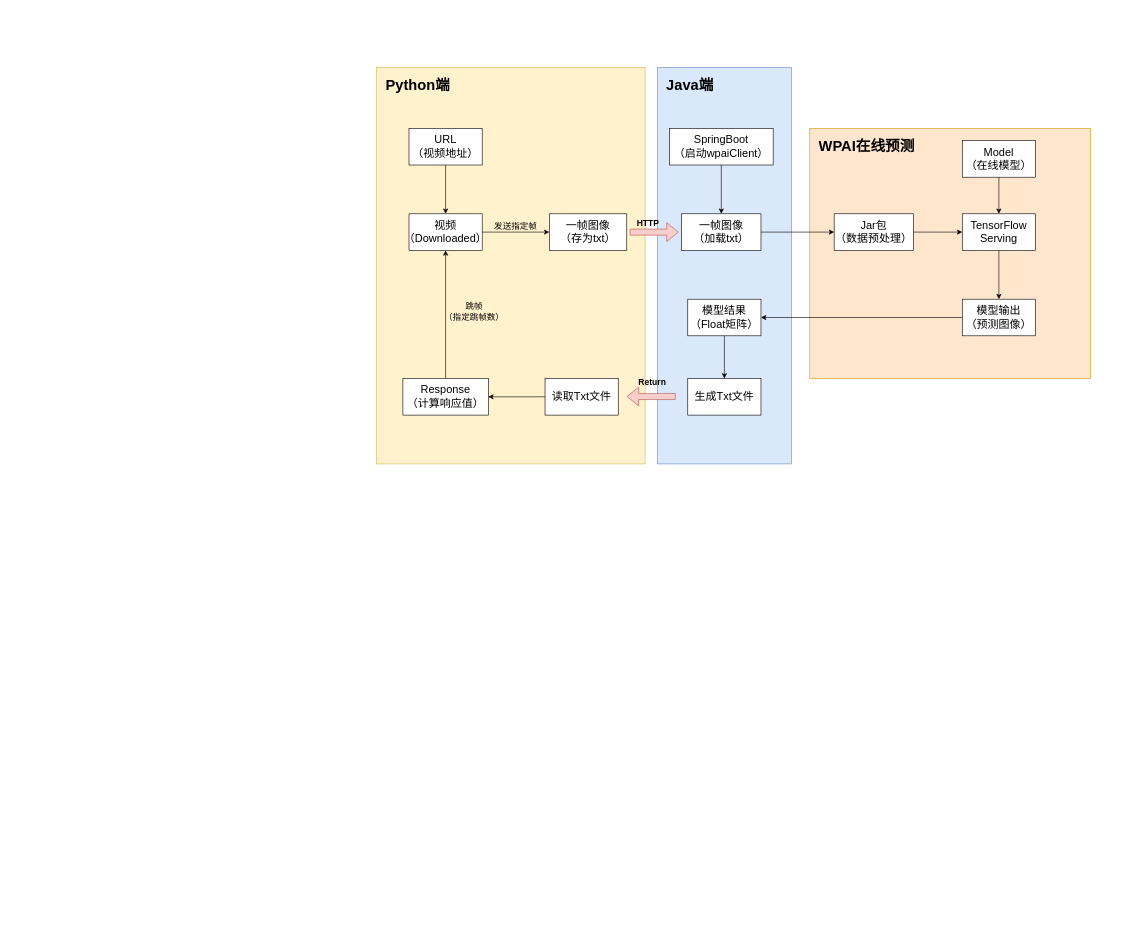
Above: 在线预测流程.drawio in qwerty200696/hello-world (draw.io), before the change. Source tidied: cells renumbered, new cells numbered last; positions are measured from the earlier drawing's top-left corner, leaving out a move shared by most shapes. Both pictures are drawn from the tidied source at 61%, with x=0, y=0 at pixel (376, 67).
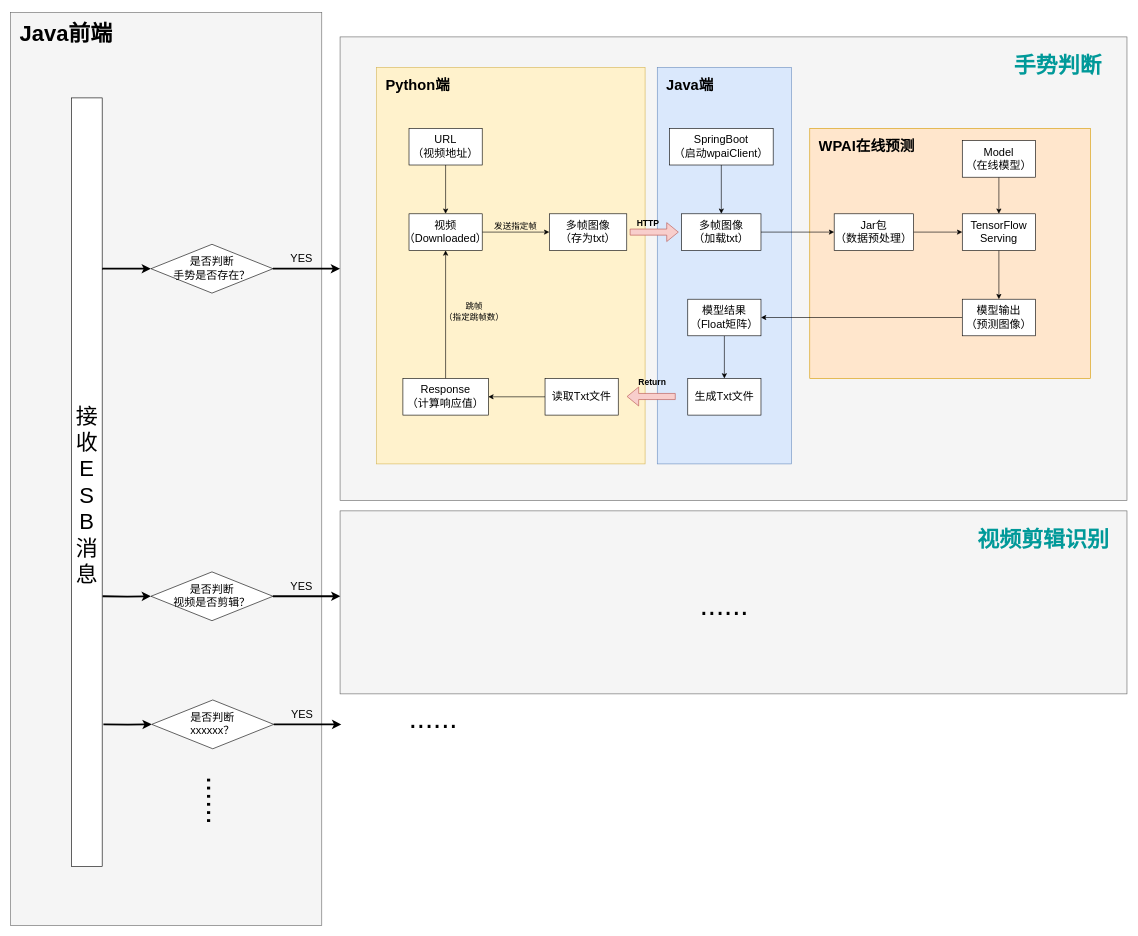
The same page after the edit.

Commit message:
Update 在线预测流程.drawio

Change to the diagram source:
```diff
@@
+    <mxCell id="38" style="rounded=0;whiteSpace=wrap;html=1;fillColor=#f5f5f5;strokeColor=#666666;fontColor=#333333;" parent="1" vertex="1">
+      <mxGeometry x="-600" y="-90" width="510" height="1497" as="geometry" />
+    </mxCell>
+    <mxCell id="39" style="rounded=0;whiteSpace=wrap;html=1;fillColor=#f5f5f5;strokeColor=#666666;fontColor=#333333;" parent="1" vertex="1">
+      <mxGeometry x="-60" y="-50" width="1290" height="760" as="geometry" />
+    </mxCell>
@@
-    <mxCell id="5" value="&lt;font style=&quot;font-size: 18px&quot;&gt;一帧图像&lt;br&gt;（存为txt）&lt;/font&gt;" style="rounded=0;whiteSpace=wrap;html=1;" parent="1" vertex="1">
+    <mxCell id="5" value="&lt;font style=&quot;font-size: 18px&quot;&gt;多帧图像&lt;br&gt;（存为txt）&lt;/font&gt;" style="rounded=0;whiteSpace=wrap;html=1;" parent="1" vertex="1">
       <mxGeometry x="283" y="240" width="127" height="60" as="geometry" />
     </mxCell>
@@
-    <mxCell id="7" value="&lt;font style=&quot;font-size: 18px&quot;&gt;一帧图像&lt;br&gt;（加载txt）&lt;/font&gt;" style="rounded=0;whiteSpace=wrap;html=1;" parent="1" vertex="1">
+    <mxCell id="7" value="&lt;font style=&quot;font-size: 18px&quot;&gt;多帧图像&lt;br&gt;（加载txt）&lt;/font&gt;" style="rounded=0;whiteSpace=wrap;html=1;" parent="1" vertex="1">
       <mxGeometry x="500" y="240" width="130" height="60" as="geometry" />
     </mxCell>
@@
+    <mxCell id="40" style="edgeStyle=orthogonalEdgeStyle;rounded=0;jettySize=auto;html=1;exitX=0.981;exitY=0.224;exitDx=0;exitDy=0;entryX=0;entryY=0.5;entryDx=0;entryDy=0;strokeWidth=3;exitPerimeter=0;" parent="1" edge="1" source="41" target="45">
+      <mxGeometry relative="1" as="geometry">
+        <Array as="points">
+          <mxPoint x="-451" y="330" />
+        </Array>
+      </mxGeometry>
+    </mxCell>
+    <mxCell id="41" value="&lt;font style=&quot;font-size: 36px&quot;&gt;&lt;br&gt;接收E&lt;br&gt;S&lt;br&gt;B消息&lt;/font&gt;" style="rounded=0;whiteSpace=wrap;html=1;" parent="1" vertex="1">
+      <mxGeometry x="-500" y="50" width="50" height="1260" as="geometry" />
+    </mxCell>
+    <mxCell id="42" value="&lt;font style=&quot;font-size: 18px&quot;&gt;YES&lt;/font&gt;" style="text;html=1;strokeColor=none;fillColor=none;align=center;verticalAlign=middle;whiteSpace=wrap;rounded=0;" parent="1" vertex="1">
+      <mxGeometry x="-173" y="304" width="100" height="20" as="geometry" />
+    </mxCell>
+    <mxCell id="43" value="&lt;h1&gt;&lt;font color=&quot;#009999&quot; style=&quot;font-size: 36px&quot;&gt;手势判断&lt;/font&gt;&lt;/h1&gt;" style="text;html=1;spacing=5;spacingTop=-20;whiteSpace=wrap;overflow=hidden;rounded=0;" parent="1" vertex="1">
+      <mxGeometry x="1040" y="-30" width="170" height="50" as="geometry" />
+    </mxCell>
+    <mxCell id="44" style="edgeStyle=orthogonalEdgeStyle;rounded=0;jettySize=auto;html=1;exitX=1;exitY=0.5;exitDx=0;exitDy=0;entryX=0;entryY=0.5;entryDx=0;entryDy=0;strokeWidth=3;" parent="1" edge="1" source="45" target="39">
+      <mxGeometry relative="1" as="geometry" />
+    </mxCell>
+    <mxCell id="45" value="&lt;font style=&quot;font-size: 18px&quot;&gt;是否判断&lt;br&gt;手势是否存在？&lt;/font&gt;" style="rhombus;whiteSpace=wrap;html=1;" parent="1" vertex="1">
+      <mxGeometry x="-370" y="290" width="200" height="80" as="geometry" />
+    </mxCell>
+    <mxCell id="46" style="edgeStyle=orthogonalEdgeStyle;rounded=0;jettySize=auto;html=1;exitX=1;exitY=0.25;exitDx=0;exitDy=0;entryX=0;entryY=0.5;entryDx=0;entryDy=0;strokeWidth=3;" parent="1" edge="1" target="49">
+      <mxGeometry relative="1" as="geometry">
+        <mxPoint x="-449.3" y="867" as="sourcePoint" />
+      </mxGeometry>
+    </mxCell>
+    <mxCell id="47" value="&lt;font style=&quot;font-size: 18px&quot;&gt;YES&lt;/font&gt;" style="text;html=1;strokeColor=none;fillColor=none;align=center;verticalAlign=middle;whiteSpace=wrap;rounded=0;" parent="1" vertex="1">
+      <mxGeometry x="-173" y="841" width="100" height="20" as="geometry" />
+    </mxCell>
+    <mxCell id="48" style="edgeStyle=orthogonalEdgeStyle;rounded=0;jettySize=auto;html=1;exitX=1;exitY=0.5;exitDx=0;exitDy=0;entryX=0;entryY=0.5;entryDx=0;entryDy=0;strokeWidth=3;" parent="1" edge="1" source="49">
+      <mxGeometry relative="1" as="geometry">
+        <mxPoint x="-59.3" y="867" as="targetPoint" />
+      </mxGeometry>
+    </mxCell>
+    <mxCell id="49" value="&lt;font style=&quot;font-size: 18px&quot;&gt;是否判断&lt;br&gt;视频是否剪辑？&lt;/font&gt;" style="rhombus;whiteSpace=wrap;html=1;" parent="1" vertex="1">
+      <mxGeometry x="-370" y="827" width="200" height="80" as="geometry" />
+    </mxCell>
+    <mxCell id="50" style="rounded=0;whiteSpace=wrap;html=1;fillColor=#f5f5f5;strokeColor=#666666;fontColor=#333333;" parent="1" vertex="1">
+      <mxGeometry x="-60" y="727" width="1290" height="300" as="geometry" />
+    </mxCell>
+    <mxCell id="51" value="&lt;font style=&quot;font-size: 48px&quot;&gt;......&lt;/font&gt;" style="text;html=1;strokeColor=none;fillColor=none;align=center;verticalAlign=middle;whiteSpace=wrap;rounded=0;" parent="1" vertex="1">
+      <mxGeometry x="520" y="857" width="100" height="50" as="geometry" />
+    </mxCell>
+    <mxCell id="52" style="edgeStyle=orthogonalEdgeStyle;rounded=0;jettySize=auto;html=1;exitX=1;exitY=0.25;exitDx=0;exitDy=0;entryX=0;entryY=0.5;entryDx=0;entryDy=0;strokeWidth=3;" parent="1" edge="1" target="55">
+      <mxGeometry relative="1" as="geometry">
+        <mxPoint x="-448" y="1077" as="sourcePoint" />
+      </mxGeometry>
+    </mxCell>
+    <mxCell id="53" value="&lt;font style=&quot;font-size: 18px&quot;&gt;YES&lt;/font&gt;" style="text;html=1;strokeColor=none;fillColor=none;align=center;verticalAlign=middle;whiteSpace=wrap;rounded=0;" parent="1" vertex="1">
+      <mxGeometry x="-171.7" y="1051" width="100" height="20" as="geometry" />
+    </mxCell>
+    <mxCell id="54" style="edgeStyle=orthogonalEdgeStyle;rounded=0;jettySize=auto;html=1;exitX=1;exitY=0.5;exitDx=0;exitDy=0;entryX=0;entryY=0.5;entryDx=0;entryDy=0;strokeWidth=3;" parent="1" edge="1" source="55">
+      <mxGeometry relative="1" as="geometry">
+        <mxPoint x="-58" y="1077" as="targetPoint" />
+      </mxGeometry>
+    </mxCell>
+    <mxCell id="55" value="&lt;font style=&quot;font-size: 18px&quot;&gt;是否判断&lt;br&gt;xxxxxx？&lt;/font&gt;" style="rhombus;whiteSpace=wrap;html=1;" parent="1" vertex="1">
+      <mxGeometry x="-368.7" y="1037" width="200" height="80" as="geometry" />
+    </mxCell>
+    <mxCell id="56" value="&lt;font style=&quot;font-size: 48px&quot;&gt;......&lt;/font&gt;" style="text;html=1;strokeColor=none;fillColor=none;align=center;verticalAlign=middle;whiteSpace=wrap;rounded=0;" parent="1" vertex="1">
+      <mxGeometry x="43" y="1041" width="100" height="50" as="geometry" />
+    </mxCell>
+    <mxCell id="57" value="&lt;font style=&quot;font-size: 48px&quot;&gt;......&lt;/font&gt;" style="text;html=1;strokeColor=none;fillColor=none;align=center;verticalAlign=middle;whiteSpace=wrap;rounded=0;rotation=90;" parent="1" vertex="1">
+      <mxGeometry x="-310" y="1177" width="100" height="50" as="geometry" />
+    </mxCell>
+    <mxCell id="58" value="&lt;h1&gt;&lt;font style=&quot;font-size: 36px&quot;&gt;Java前端&lt;/font&gt;&lt;/h1&gt;" style="text;html=1;strokeColor=none;fillColor=none;spacing=5;spacingTop=-20;whiteSpace=wrap;overflow=hidden;rounded=0;" parent="1" vertex="1">
+      <mxGeometry x="-590" y="-83" width="190" height="60" as="geometry" />
+    </mxCell>
+    <mxCell id="59" value="&lt;h1&gt;&lt;font color=&quot;#009999&quot; style=&quot;font-size: 36px&quot;&gt;视频剪辑识别&lt;/font&gt;&lt;/h1&gt;" style="text;html=1;spacing=5;spacingTop=-20;whiteSpace=wrap;overflow=hidden;rounded=0;" parent="1" vertex="1">
+      <mxGeometry x="980" y="747" width="230" height="50" as="geometry" />
+    </mxCell>
```
